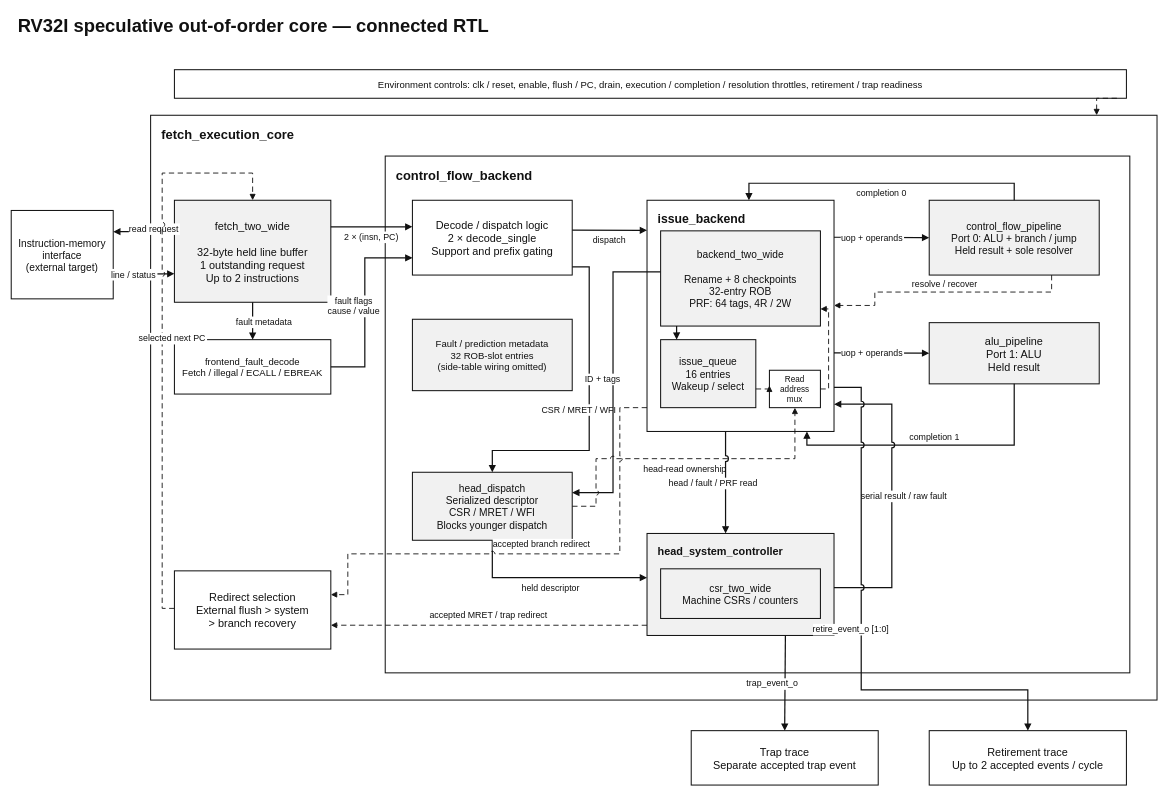
This is page "Connected core" (1 of 2) of docs/diagrams/core.drawio from HuyHuy-bit/Spec-OoO-RV32I-Processor, a draw.io file, before an edit. Source tidied: cells renumbered, new cells numbered last; positions are measured from the earlier drawing's top-left corner, leaving out a move shared by most shapes. Both pictures are drawn from the tidied source at 68%, with x=0, y=0 at pixel (11, 11).
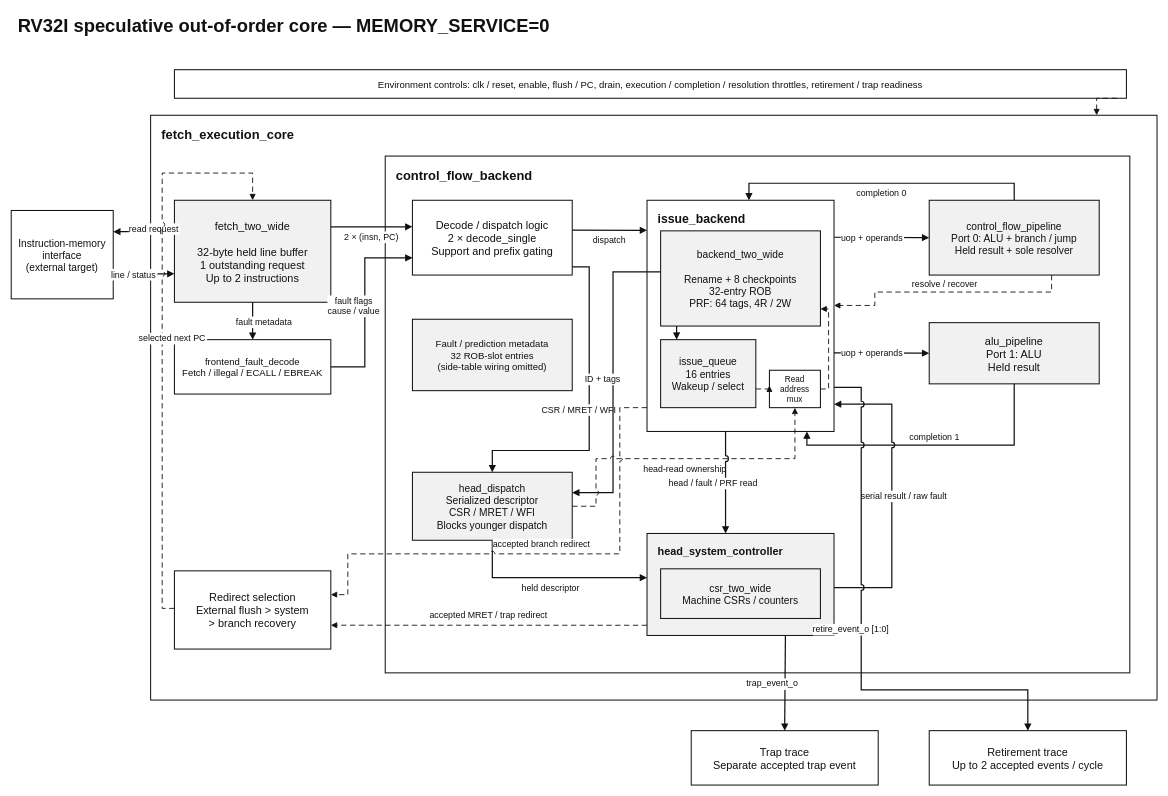
Above is the later version.

Change to the diagram source:
```diff
@@
-    <mxCell id="2" value="RV32I speculative out-of-order core — connected RTL" style="rounded=0;html=0;whiteSpace=nowrap;fontFamily=Arial;fontColor=#111111;strokeColor=#111111;strokeWidth=1.5;shadow=0;fillColor=#ffffff;align=center;verticalAlign=middle;spacing=8;fontSize=27;strokeColor=none;fillColor=none;align=left;spacing=0;fontStyle=1;" parent="1" vertex="1">
+    <mxCell id="2" value="RV32I speculative out-of-order core — MEMORY_SERVICE=0" style="rounded=0;html=0;whiteSpace=nowrap;fontFamily=Arial;fontColor=#111111;strokeColor=#111111;strokeWidth=1.5;shadow=0;fillColor=#ffffff;align=center;verticalAlign=middle;spacing=8;fontSize=27;strokeColor=none;fillColor=none;align=left;spacing=0;fontStyle=1;" parent="1" vertex="1">
       <mxGeometry x="10" width="1650" height="38" as="geometry" />
     </mxCell>
```
